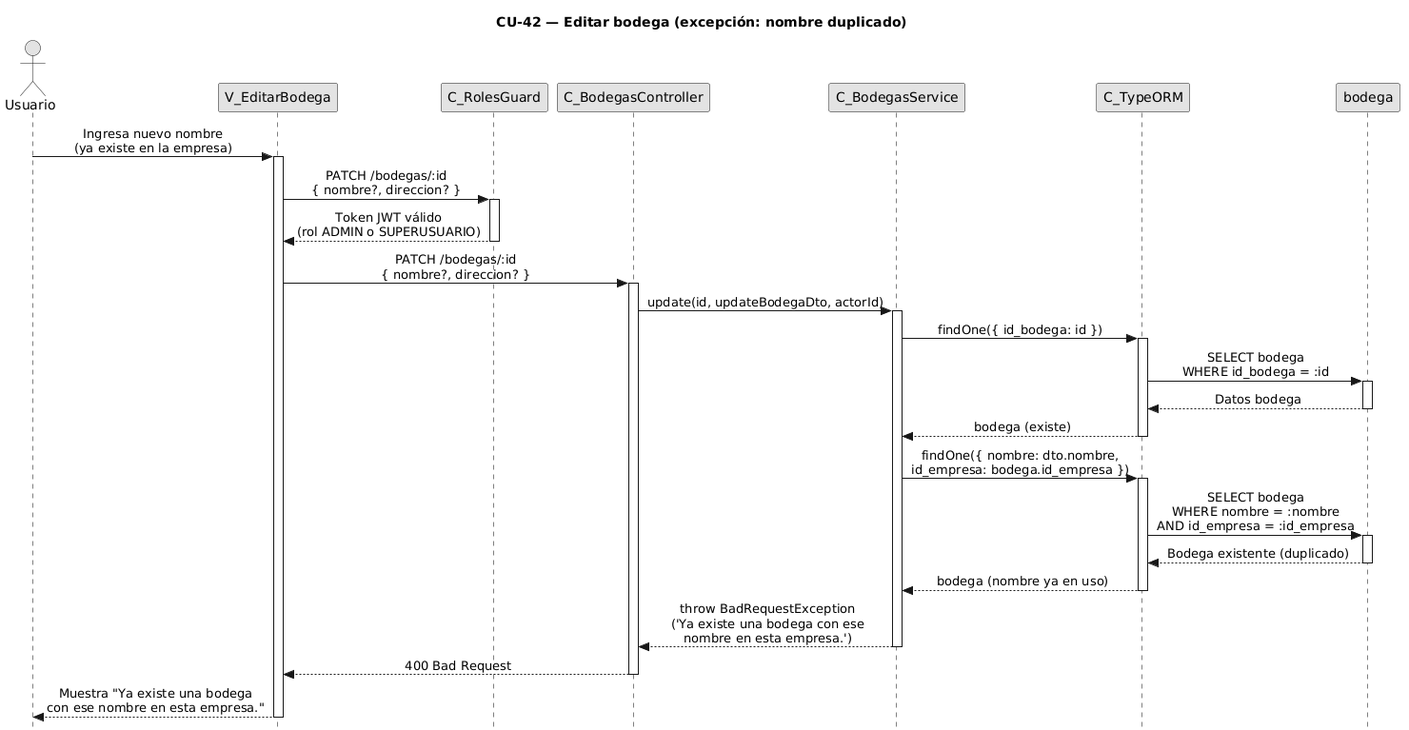
FSM-Finet-y-Cable-Magico/Team_1-Inventario-y-Bodega keeps this PlantUML diagram as diagramas-secuencia/CU42/CU42-exc-nombre-duplicado.png. Above is the earlier version.
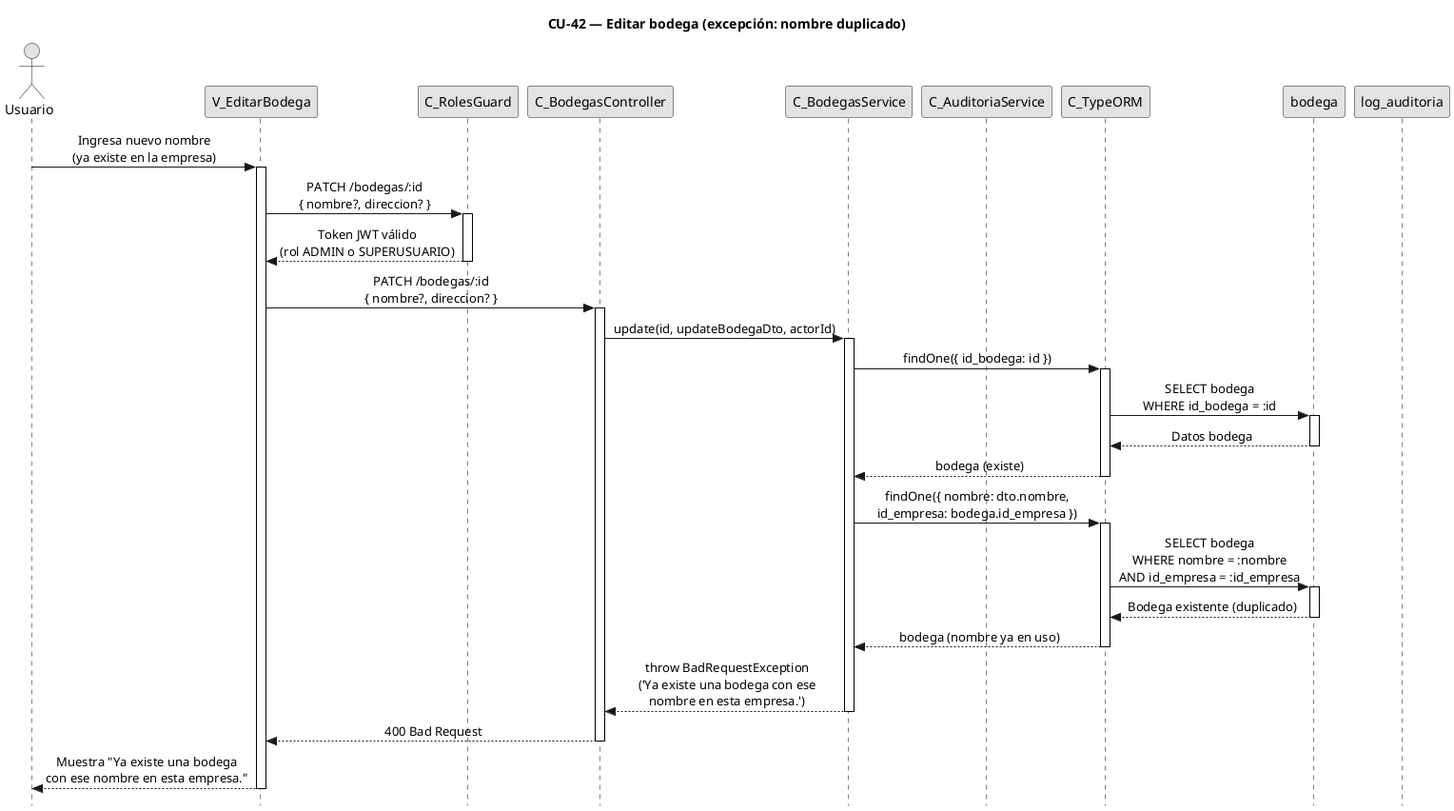
The same diagram one commit later.

Change to the diagram source:
```diff
@@ -1,4 +1,4 @@
-@startuml
+@startuml CU42-exc-nombre-duplicado
 title CU-42 — Editar bodega (excepción: nombre duplicado)
 
 skinparam style strictuml
@@ -16,8 +16,10 @@
 participant "C_RolesGuard" as guard
 participant "C_BodegasController" as ctrl
 participant "C_BodegasService" as svc
+participant "C_AuditoriaService" as aud
 participant "C_TypeORM" as orm
 participant "bodega" as bent
+participant "log_auditoria" as aent
 
 user -> view : Ingresa nuevo nombre\n(ya existe en la empresa)
 activate view
@@ -63,4 +65,5 @@
 
 view --> user : Muestra "Ya existe una bodega\ncon ese nombre en esta empresa."
 deactivate view
+
 @enduml
```
